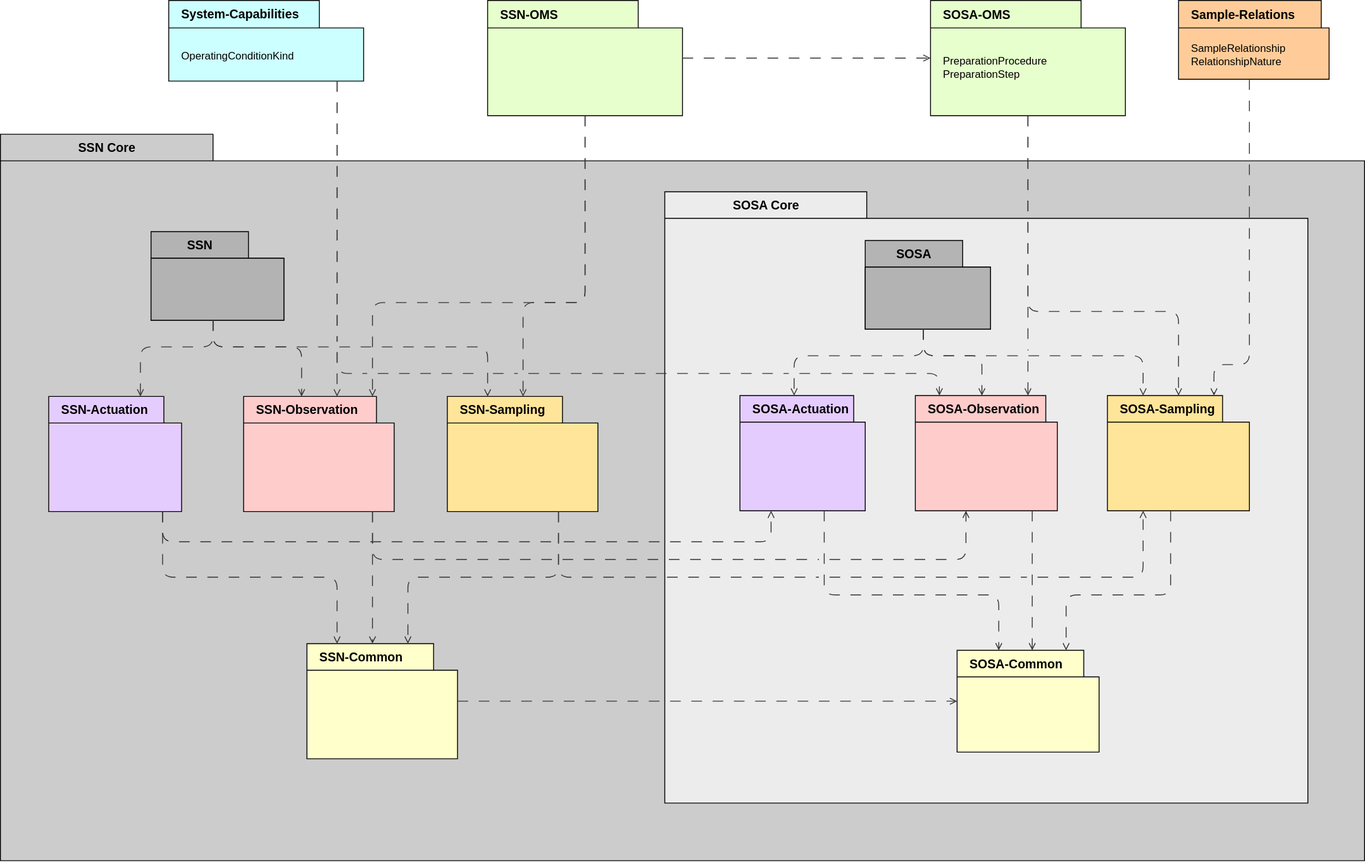
This is ssn/images/SSN-extension-modules.svg from afeliachi/sdw-sosa-ssn, a draw.io export, as it was before one commit. Source tidied: cells renumbered, new cells last; positions are measured from the earlier drawing's top-left corner, leaving out a move shared by most shapes.
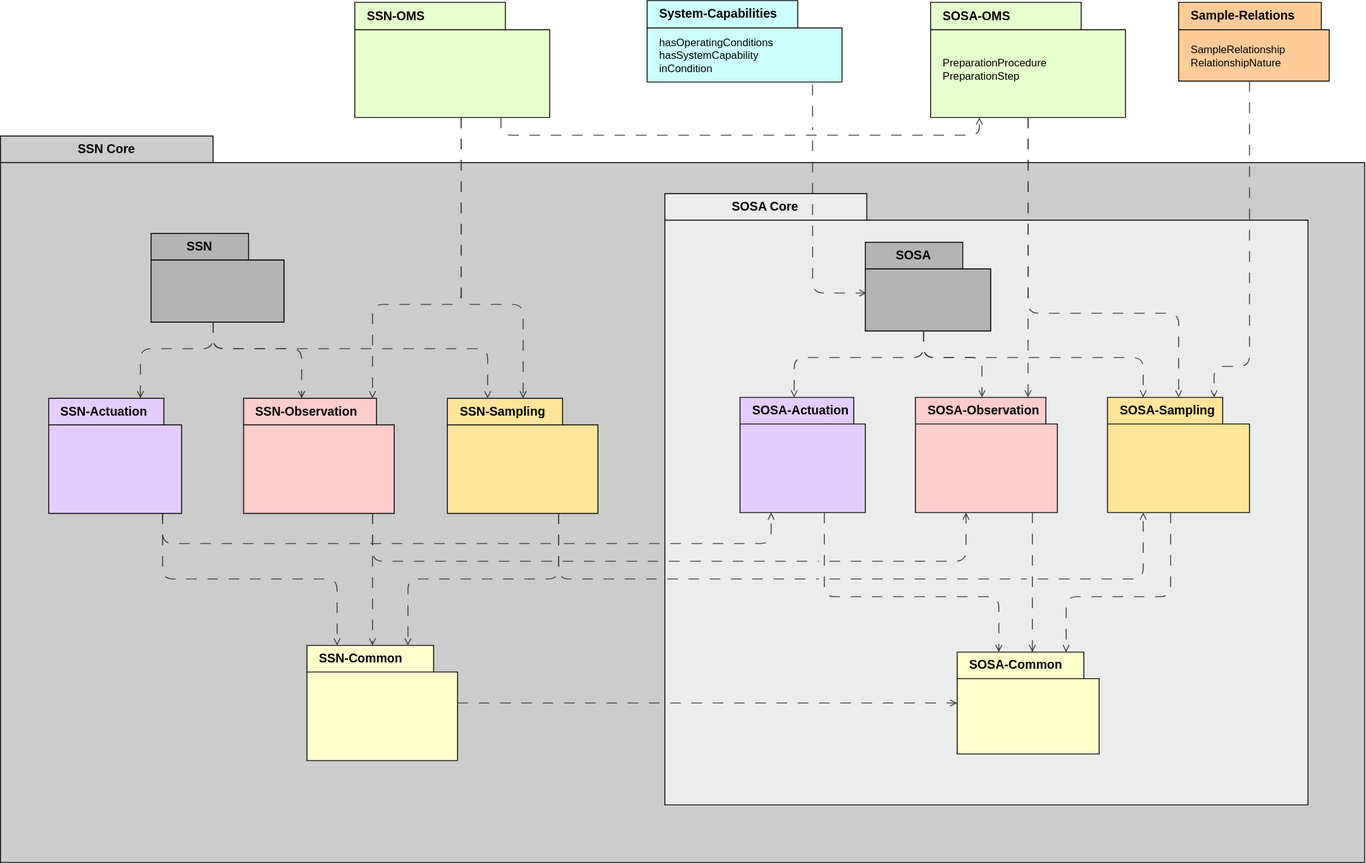
The same diagram one commit later.

Commit message:
System Capabilities module imports SOSA

Diff of the diagram source:
```diff
@@ -217,10 +217,10 @@
       </mxGeometry>
     </mxCell>
     <mxCell id="41" value="&lt;font style=&quot;font-size: 14px;&quot;&gt;System-Capabilities&lt;/font&gt;" style="shape=folder;fontStyle=1;tabWidth=170;tabHeight=31;tabPosition=left;html=1;boundedLbl=1;labelInHeader=1;whiteSpace=wrap;strokeColor=default;align=left;verticalAlign=middle;spacingLeft=12;fontFamily=Helvetica;fontSize=12;fontColor=default;fillColor=#CCFFFF;strokeWidth=1;convertToSvg=1;" parent="1" vertex="1">
-      <mxGeometry x="190" width="220" height="91" as="geometry" />
+      <mxGeometry x="730" y="-2" width="220" height="92" as="geometry" />
     </mxCell>
-    <mxCell id="42" value="&lt;span style=&quot;font-weight: 400;&quot;&gt;OperatingConditionKind&lt;/span&gt;" style="html=1;strokeColor=none;fillColor=none;whiteSpace=wrap;align=left;verticalAlign=middle;spacingLeft=12;fontFamily=Helvetica;fontSize=12;fontColor=default;fontStyle=1;strokeWidth=1;convertToSvg=1;" parent="41" vertex="1">
-      <mxGeometry width="220" height="63.7" relative="1" as="geometry">
+    <mxCell id="42" value="&lt;span style=&quot;font-weight: normal;&quot;&gt;hasOperatingConditions&lt;br&gt;hasSystemCapability&lt;br&gt;inCondition&lt;/span&gt;" style="html=1;strokeColor=none;fillColor=none;whiteSpace=wrap;align=left;verticalAlign=middle;spacingLeft=12;fontFamily=Helvetica;fontSize=12;fontColor=default;fontStyle=1;strokeWidth=1;convertToSvg=1;" parent="41" vertex="1">
+      <mxGeometry width="220" height="64.4" relative="1" as="geometry">
         <mxPoint y="30" as="offset" />
       </mxGeometry>
     </mxCell>
@@ -241,7 +241,7 @@
       </mxGeometry>
     </mxCell>
     <mxCell id="47" value="&lt;font style=&quot;font-size: 14px;&quot;&gt;SSN-OMS&lt;/font&gt;" style="shape=folder;fontStyle=1;tabWidth=170;tabHeight=31;tabPosition=left;html=1;boundedLbl=1;labelInHeader=1;whiteSpace=wrap;strokeColor=default;align=left;verticalAlign=middle;spacingLeft=12;fontFamily=Helvetica;fontSize=12;fontColor=default;fillColor=#E6FFCC;strokeWidth=1;convertToSvg=1;" parent="1" vertex="1">
-      <mxGeometry x="550" width="220" height="130" as="geometry" />
+      <mxGeometry x="400" width="220" height="130" as="geometry" />
     </mxCell>
     <mxCell id="48" style="html=1;strokeColor=none;fillColor=none;whiteSpace=wrap;align=left;verticalAlign=middle;spacingLeft=12;fontFamily=Helvetica;fontSize=12;fontColor=default;fontStyle=1;strokeWidth=1;convertToSvg=1;" parent="47" vertex="1">
       <mxGeometry width="220" height="91" relative="1" as="geometry">
@@ -275,7 +275,7 @@
     <mxCell id="52" style="html=1;jettySize=18;whiteSpace=wrap;fontSize=13;strokeColor=#333333;strokeOpacity=100;fixDash=1;strokeWidth=1;rounded=1;arcSize=24;edgeStyle=orthogonalEdgeStyle;startArrow=none;endArrow=open;lucidId=S1U.udle6dnT;dashed=1;dashPattern=12 12;convertToSvg=1;fontColor=default;" parent="1" edge="1" source="47" target="23">
       <mxGeometry relative="1" as="geometry">
         <Array as="points">
-          <mxPoint x="660" y="341" />
+          <mxPoint x="520" y="341" />
           <mxPoint x="420" y="341" />
         </Array>
       </mxGeometry>
@@ -283,27 +283,23 @@
     <mxCell id="53" style="html=1;jettySize=18;whiteSpace=wrap;fontSize=13;strokeColor=#333333;strokeOpacity=100;fixDash=1;strokeWidth=1;rounded=1;arcSize=24;edgeStyle=orthogonalEdgeStyle;startArrow=none;endArrow=open;lucidId=S1U.udle6dnT;dashed=1;dashPattern=12 12;convertToSvg=1;jumpStyle=gap;jumpSize=12;fontColor=default;" parent="1" edge="1" source="47" target="21">
       <mxGeometry relative="1" as="geometry">
         <Array as="points">
-          <mxPoint x="660" y="341" />
+          <mxPoint x="520" y="341" />
           <mxPoint x="590" y="341" />
         </Array>
       </mxGeometry>
     </mxCell>
-    <mxCell id="54" style="html=1;jettySize=18;whiteSpace=wrap;fontSize=13;strokeColor=#333333;strokeOpacity=100;fixDash=1;strokeWidth=1;rounded=1;arcSize=24;edgeStyle=orthogonalEdgeStyle;startArrow=none;endArrow=open;lucidId=S1U.udle6dnT;dashed=1;dashPattern=12 12;convertToSvg=1;fontColor=default;" parent="1" edge="1" source="47" target="45">
-      <mxGeometry relative="1" as="geometry" />
+    <mxCell id="54" style="html=1;jettySize=18;whiteSpace=wrap;fontSize=13;strokeColor=#333333;strokeOpacity=100;fixDash=1;strokeWidth=1;rounded=1;arcSize=24;edgeStyle=orthogonalEdgeStyle;startArrow=none;endArrow=open;lucidId=S1U.udle6dnT;dashed=1;dashPattern=12 12;convertToSvg=1;fontColor=default;exitX=0.75;exitY=1;exitDx=0;exitDy=0;exitPerimeter=0;entryX=0.25;entryY=1;entryDx=0;entryDy=0;entryPerimeter=0;" parent="1" edge="1" source="47" target="45">
+      <mxGeometry relative="1" as="geometry">
+        <Array as="points">
+          <mxPoint x="565" y="150" />
+          <mxPoint x="1105" y="150" />
+        </Array>
+      </mxGeometry>
     </mxCell>
-    <mxCell id="55" style="html=1;jettySize=18;whiteSpace=wrap;fontSize=13;strokeColor=#333333;strokeOpacity=100;fixDash=1;strokeWidth=1;rounded=1;arcSize=24;edgeStyle=orthogonalEdgeStyle;startArrow=none;endArrow=open;lucidId=S1U.udle6dnT;dashed=1;dashPattern=12 12;convertToSvg=1;jumpStyle=gap;jumpSize=12;fontColor=default;" parent="1" edge="1" source="41" target="23">
-      <mxGeometry relative="1" as="geometry">
-        <Array as="points">
-          <mxPoint x="380" y="271" />
-          <mxPoint x="380" y="271" />
-        </Array>
-      </mxGeometry>
-    </mxCell>
-    <mxCell id="56" style="html=1;jettySize=18;whiteSpace=wrap;fontSize=13;strokeColor=#333333;strokeOpacity=100;fixDash=1;strokeWidth=1;rounded=1;arcSize=24;edgeStyle=orthogonalEdgeStyle;startArrow=none;endArrow=open;lucidId=S1U.udle6dnT;dashed=1;dashPattern=12 12;convertToSvg=1;jumpStyle=gap;jumpSize=12;fontColor=default;" parent="1" edge="1" source="41" target="7">
+    <mxCell id="56" style="html=1;jettySize=18;whiteSpace=wrap;fontSize=13;strokeColor=#333333;strokeOpacity=100;fixDash=1;strokeWidth=1;rounded=1;arcSize=24;edgeStyle=orthogonalEdgeStyle;startArrow=none;endArrow=open;lucidId=S1U.udle6dnT;dashed=1;dashPattern=12 12;convertToSvg=1;jumpStyle=gap;jumpSize=12;fontColor=default;entryX=0.009;entryY=0.572;entryDx=0;entryDy=0;entryPerimeter=0;exitX=0.849;exitY=1.033;exitDx=0;exitDy=0;exitPerimeter=0;" parent="1" edge="1" source="41" target="13">
       <mxGeometry relative="1" as="geometry">
         <Array as="points">
-          <mxPoint x="380" y="421" />
-          <mxPoint x="1060" y="421" />
+          <mxPoint x="917" y="328" />
         </Array>
       </mxGeometry>
     </mxCell>
```
